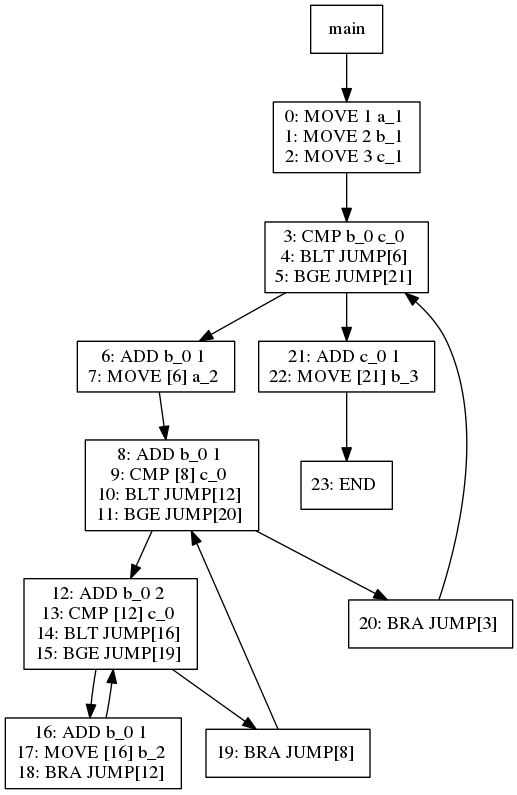
Earlier version of the Graphviz export viz/test022.dot.png (jiahanwang/PL241-Compiler). Its source is kept beside it as viz/test022.dot.
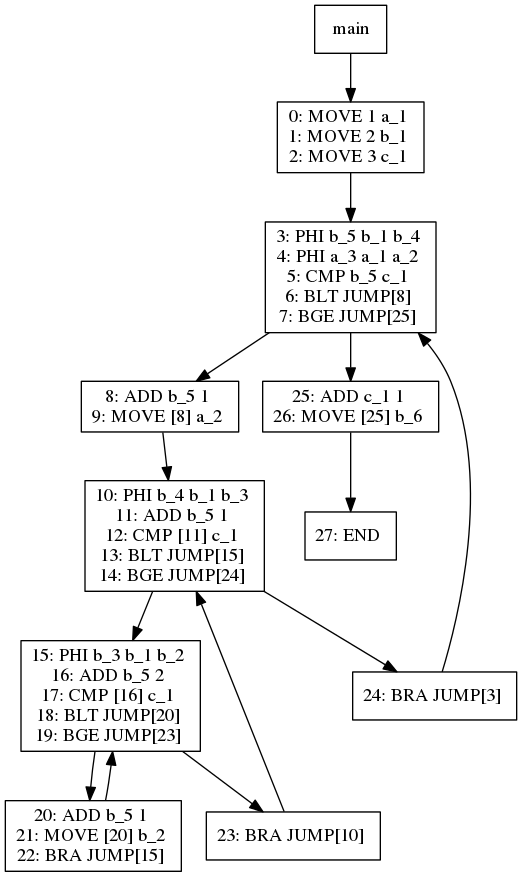
Above is the later version.

Change to the diagram source:
```diff
@@ -7,45 +7,49 @@
 2: MOVE 3 c_1
 "]
 3 -> 6
-6[label="3: CMP b_0 c_0
-4: BLT JUMP[6]
-5: BGE JUMP[21]
+6[label="3: PHI b_5 b_1 b_4
+4: PHI a_3 a_1 a_2
+5: CMP b_5 c_1
+6: BLT JUMP[8]
+7: BGE JUMP[25]
 "]
 6 -> 8
-8[label="6: ADD b_0 1
-7: MOVE [6] a_2
+8[label="8: ADD b_5 1
+9: MOVE [8] a_2
 "]
 8 -> 9
-9[label="8: ADD b_0 1
-9: CMP [8] c_0
-10: BLT JUMP[12]
-11: BGE JUMP[20]
+9[label="10: PHI b_4 b_1 b_3
+11: ADD b_5 1
+12: CMP [11] c_1
+13: BLT JUMP[15]
+14: BGE JUMP[24]
 "]
 9 -> 11
-11[label="12: ADD b_0 2
-13: CMP [12] c_0
-14: BLT JUMP[16]
-15: BGE JUMP[19]
+11[label="15: PHI b_3 b_1 b_2
+16: ADD b_5 2
+17: CMP [16] c_1
+18: BLT JUMP[20]
+19: BGE JUMP[23]
 "]
 11 -> 13
-13[label="16: ADD b_0 1
-17: MOVE [16] b_2
-18: BRA JUMP[12]
+13[label="20: ADD b_5 1
+21: MOVE [20] b_2
+22: BRA JUMP[15]
 "]
 13 -> 11
 11 -> 12
-12[label="19: BRA JUMP[8]
+12[label="23: BRA JUMP[10]
 "]
 12 -> 9
 9 -> 10
-10[label="20: BRA JUMP[3]
+10[label="24: BRA JUMP[3]
 "]
 10 -> 6
 6 -> 7
-7[label="21: ADD c_0 1
-22: MOVE [21] b_3
+7[label="25: ADD c_1 1
+26: MOVE [25] b_6
 "]
 7 -> 15
-15[label="23: END
+15[label="27: END
 "]
 }
```
